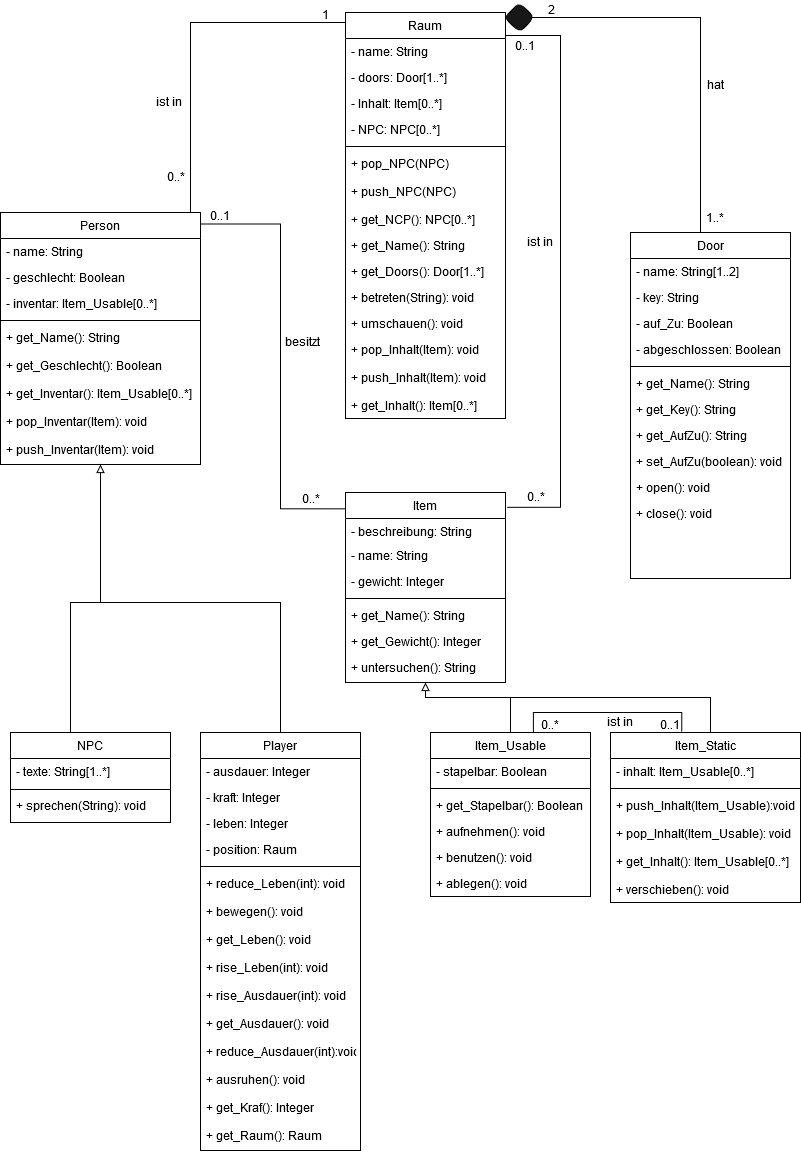
Elegond/AE-Text-Adventure keeps this draw.io diagram as Klassendiagram.png. Above is the earlier version. Source tidied: cells renumbered, new cells last; positions are measured from the earlier drawing's top-left corner, leaving out a move shared by most shapes.
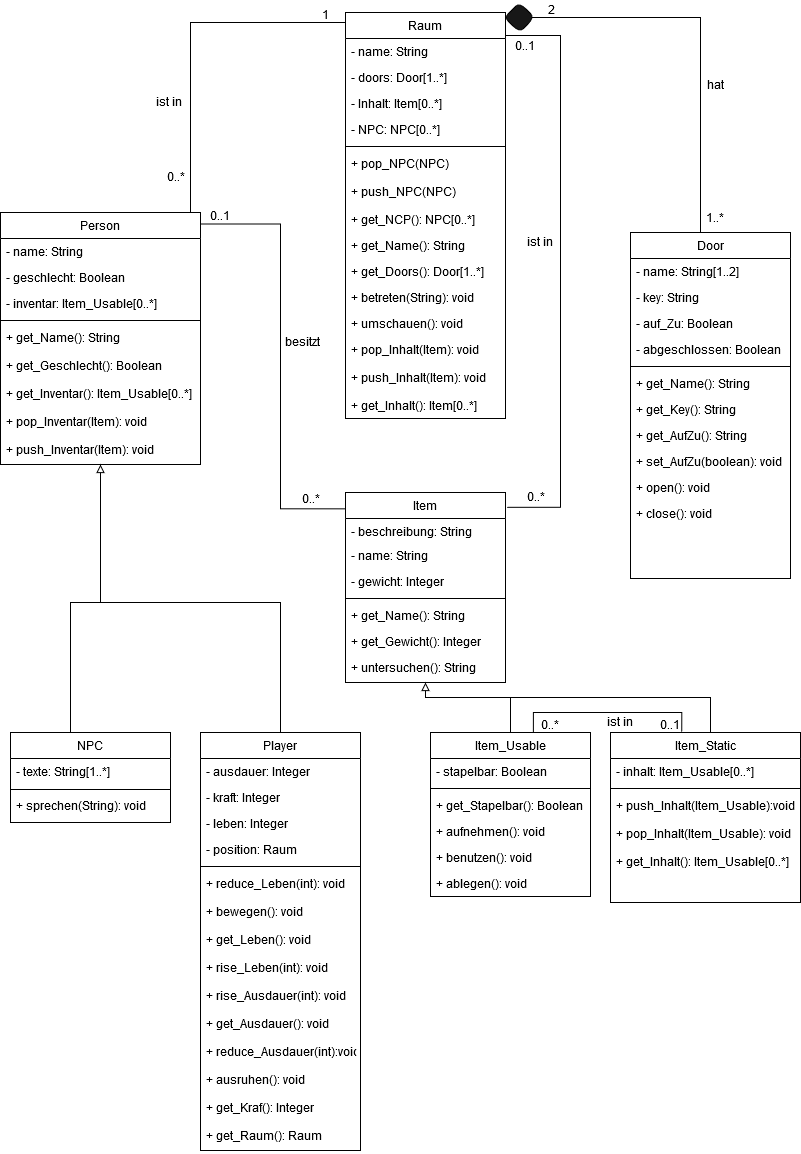
After the change.

The edit, as a diff of the source:
```diff
@@ -157,9 +157,6 @@
     <mxCell id="45" value="+ get_Inhalt(): Item_Usable[0..*]" style="text;align=left;verticalAlign=top;spacingLeft=4;spacingRight=4;overflow=hidden;" parent="40" vertex="1">
       <mxGeometry y="116" width="190" height="28" as="geometry" />
     </mxCell>
-    <mxCell id="46" value="+ verschieben(): void" style="text;align=left;verticalAlign=top;spacingLeft=4;spacingRight=4;overflow=hidden;fontStyle=0;" parent="40" vertex="1">
-      <mxGeometry y="144" width="190" height="26" as="geometry" />
-    </mxCell>
     <mxCell id="47" style="edgeStyle=orthogonalEdgeStyle;rounded=0;jettySize=auto;html=1;exitX=0.5;exitY=0;exitDx=0;exitDy=0;entryX=0.5;entryY=1;entryDx=0;entryDy=0;endArrow=block;endFill=0;" parent="1" edge="1" source="48" target="30">
       <mxGeometry relative="1" as="geometry">
         <Array as="points">
```
